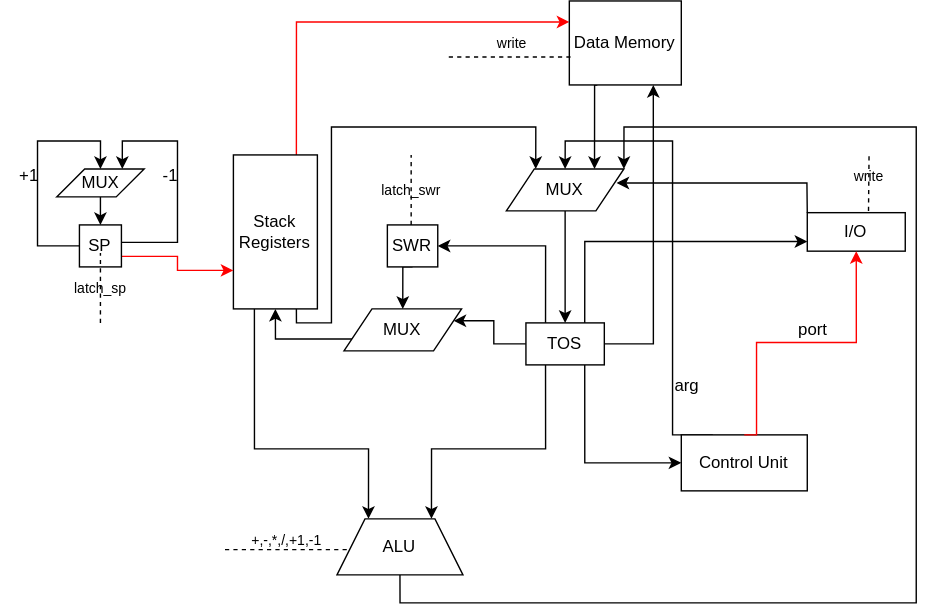
Above: schemes/DataPath.svg in stanislav-shchetinin/MyAsm (draw.io), before the change. Source tidied: cells renumbered, new cells last; positions are measured from the earlier drawing's top-left corner, leaving out a move shared by most shapes.
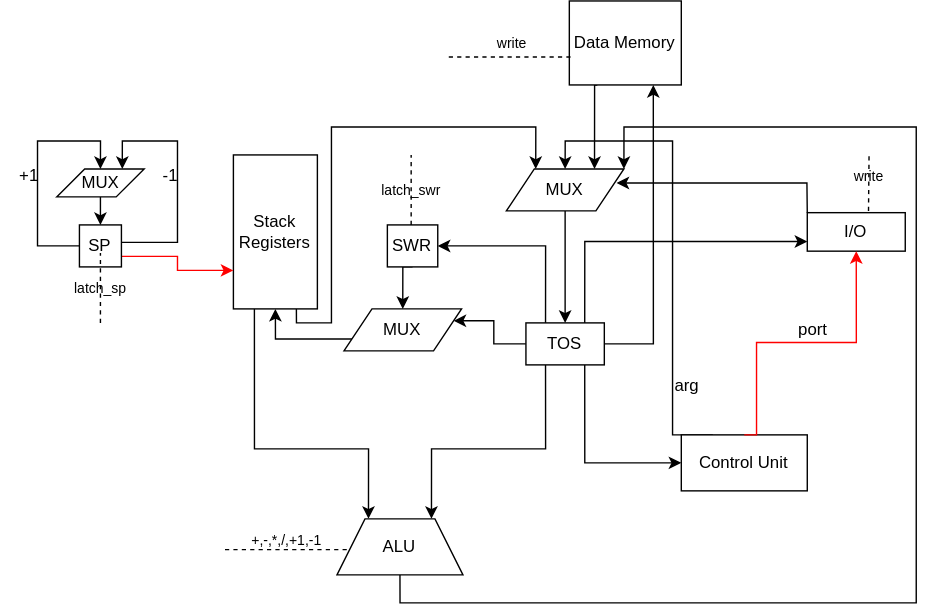
The same diagram one commit later.

Change to the diagram source:
```diff
@@ -20,9 +20,6 @@
         </Array>
       </mxGeometry>
     </mxCell>
-    <mxCell id="4" style="edgeStyle=orthogonalEdgeStyle;rounded=0;jettySize=auto;html=1;exitX=0.75;exitY=0;exitDx=0;exitDy=0;entryX=0;entryY=0.25;entryDx=0;entryDy=0;fillColor=#FF0000;strokeColor=#FF0000;" parent="1" edge="1" source="5" target="36">
-      <mxGeometry relative="1" as="geometry" />
-    </mxCell>
     <mxCell id="5" value="Stack&lt;div&gt;Registers&lt;/div&gt;" style="rounded=0;whiteSpace=wrap;html=1;" parent="1" vertex="1">
       <mxGeometry x="166.2" y="110" width="60" height="110" as="geometry" />
     </mxCell>
```
